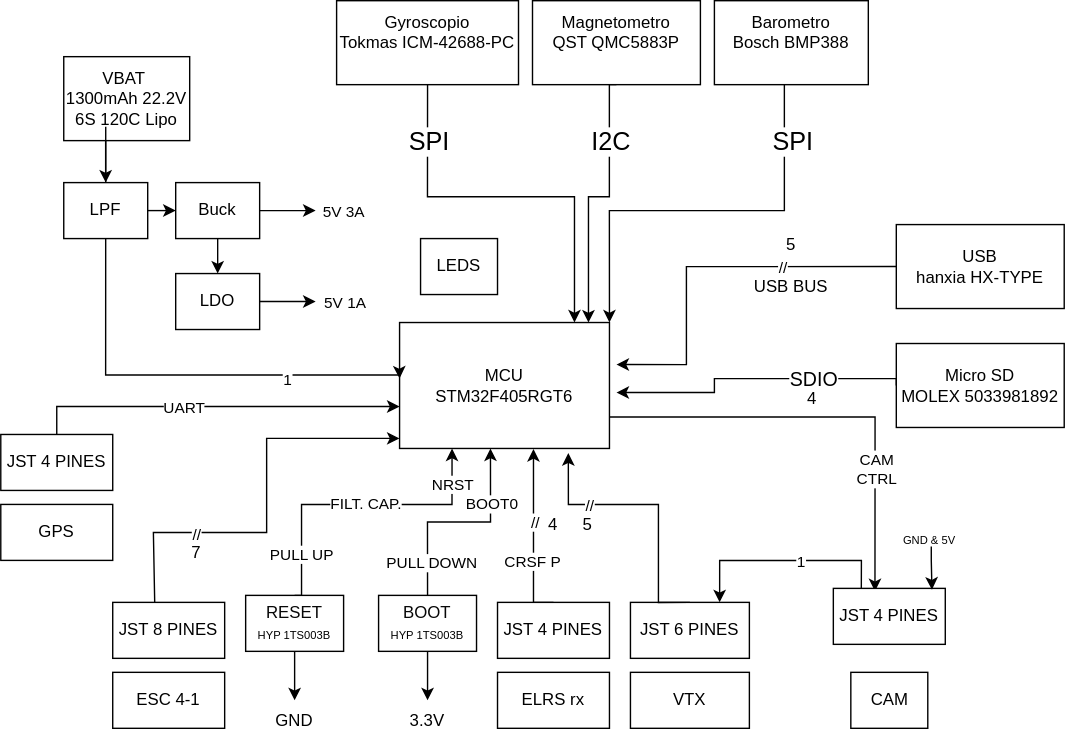
Before: Diagrama de bloques FC Dron.drawio.svg, a diagram exported from draw.io (Lucas-el-pato/FC-DRON-P3). Source tidied: cells renumbered, new cells last; positions are measured from the earlier drawing's top-left corner, leaving out a move shared by most shapes.
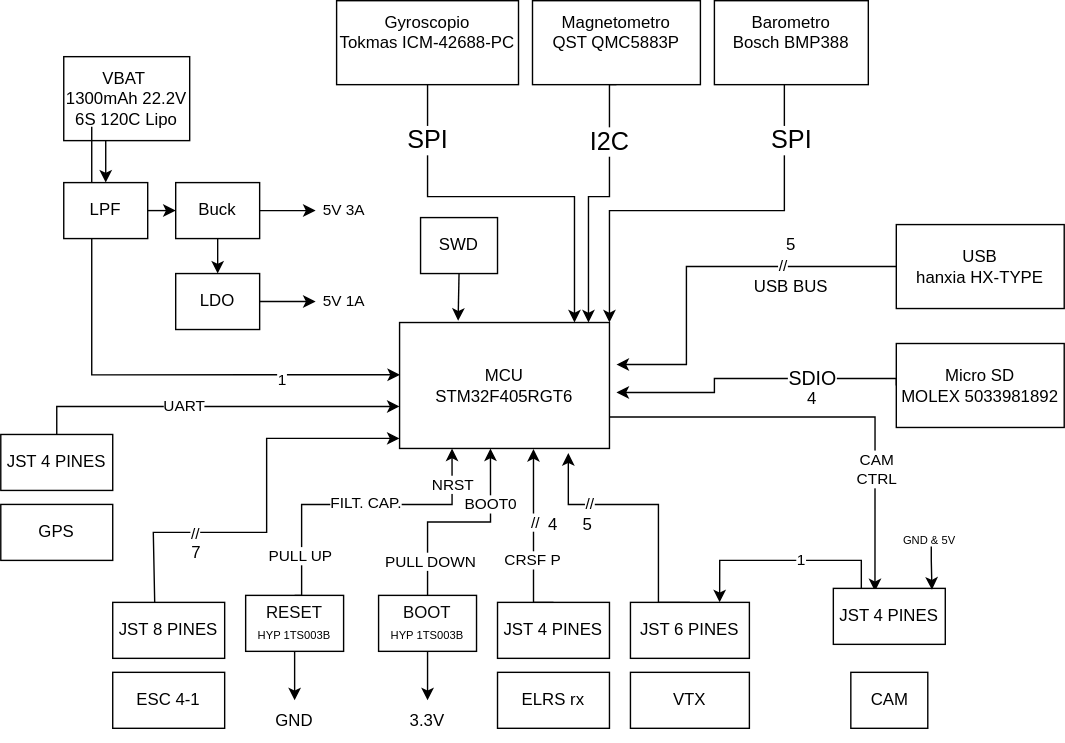
Later version of the same file.

Change to the diagram source:
```diff
@@ -259,15 +259,14 @@
     <mxCell id="55" value="&lt;font style=&quot;font-size: 8px;&quot;&gt;GND &amp;amp; 5V&amp;nbsp;&lt;/font&gt;" style="text;html=1;whiteSpace=wrap;strokeColor=none;fillColor=none;align=center;verticalAlign=middle;rounded=0;" parent="1" vertex="1">
       <mxGeometry x="630" y="370" width="70" height="30" as="geometry" />
     </mxCell>
-    <mxCell id="56" value="LEDS" style="whiteSpace=wrap;html=1;" parent="1" vertex="1">
-      <mxGeometry x="300" y="170" width="55" height="40" as="geometry" />
+    <mxCell id="56" value="SWD" style="whiteSpace=wrap;html=1;fillColor=light-dark(#FFFFFF,#2909FF);" parent="1" vertex="1">
+      <mxGeometry x="300" y="155" width="55" height="40" as="geometry" />
     </mxCell>
-    <mxCell id="57" style="edgeStyle=orthogonalEdgeStyle;rounded=0;orthogonalLoop=1;jettySize=auto;html=1;" parent="1" edge="1">
+    <mxCell id="57" style="edgeStyle=orthogonalEdgeStyle;rounded=0;jettySize=auto;html=1;entryX=0.002;entryY=0.415;entryDx=0;entryDy=0;entryPerimeter=0;" parent="1" edge="1" target="4">
       <mxGeometry relative="1" as="geometry">
-        <mxPoint x="75" y="90" as="sourcePoint" />
-        <mxPoint x="285" y="270" as="targetPoint" />
+        <mxPoint x="65" y="90" as="sourcePoint" />
         <Array as="points">
-          <mxPoint x="75" y="267.5" />
+          <mxPoint x="65" y="267" />
         </Array>
       </mxGeometry>
     </mxCell>
@@ -339,5 +338,8 @@
     <mxCell id="75" value="GPS" style="rounded=0;whiteSpace=wrap;html=1;" parent="1" vertex="1">
       <mxGeometry y="360" width="80" height="40" as="geometry" />
     </mxCell>
+    <mxCell id="76" style="edgeStyle=orthogonalEdgeStyle;rounded=0;jettySize=auto;html=1;exitX=0.5;exitY=1;exitDx=0;exitDy=0;entryX=0.279;entryY=-0.014;entryDx=0;entryDy=0;entryPerimeter=0;" parent="1" edge="1" source="56" target="4">
+      <mxGeometry relative="1" as="geometry" />
+    </mxCell>
   </root>
 </mxGraphModel>
```
